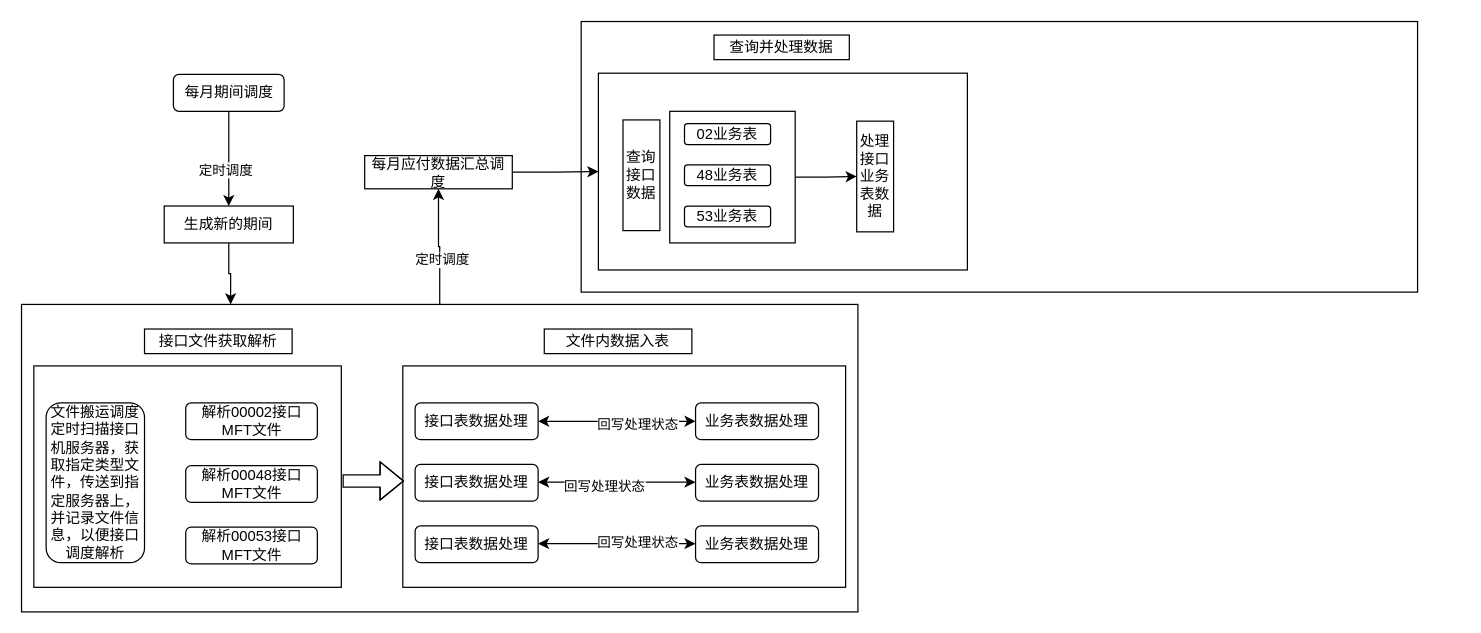
Alpha-chatbot/pic keeps this draw.io diagram as page "应付账务" (7 of 7) of Untitled Diagram.drawio. Above is the earlier version. Source tidied: cells renumbered, new cells numbered last; positions are measured from the earlier drawing's top-left corner, leaving out a move shared by most shapes. Both pictures are drawn from the tidied source at 123%, with x=0, y=0 at pixel (21, 21).
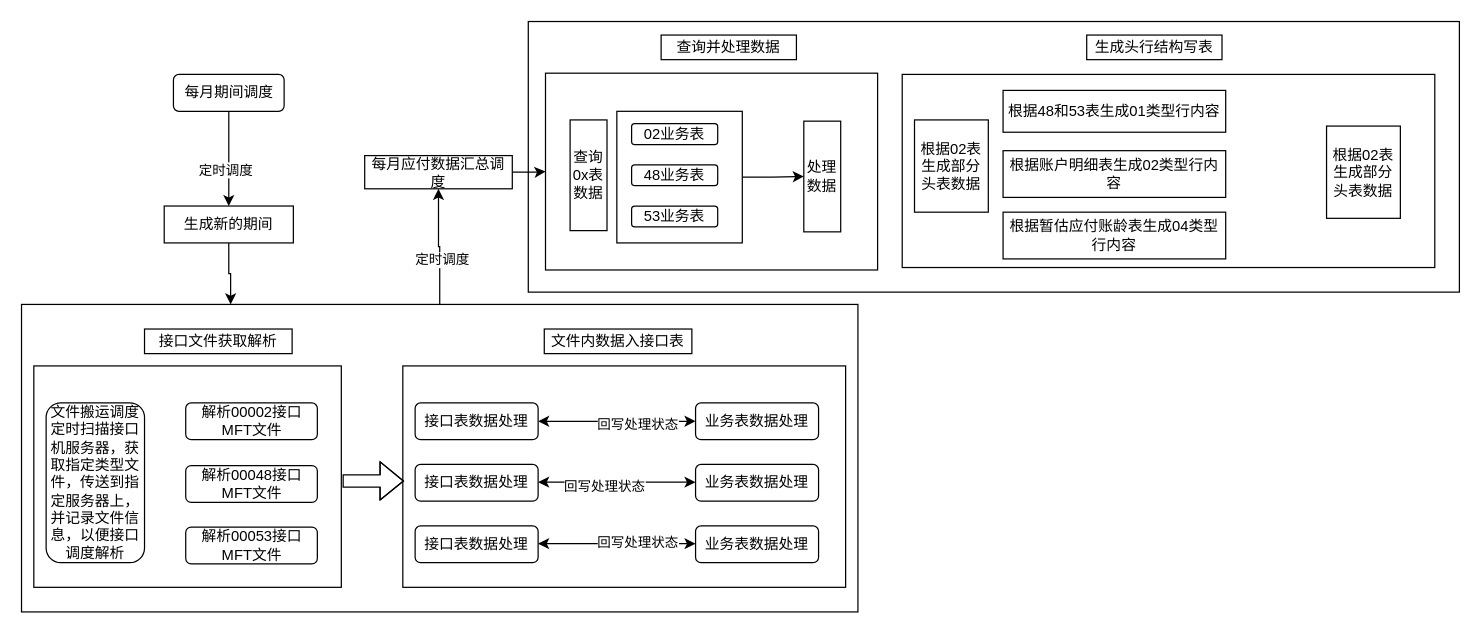
The same page after the edit.

Diff of the diagram source:
```diff
@@
     <mxCell id="2" style="rounded=0;whiteSpace=wrap;html=1;" parent="1" vertex="1">
-      <mxGeometry x="455" width="680" height="220" as="geometry" />
+      <mxGeometry x="412" width="757" height="220" as="geometry" />
     </mxCell>
@@
-    <mxCell id="15" value="文件内数据入表" style="rounded=0;whiteSpace=wrap;html=1;" parent="1" vertex="1">
+    <mxCell id="15" value="文件内数据入接口表" style="rounded=0;whiteSpace=wrap;html=1;" parent="1" vertex="1">
       <mxGeometry x="425" y="250" width="120" height="20" as="geometry" />
     </mxCell>
@@
     <mxCell id="34" style="rounded=0;whiteSpace=wrap;html=1;" parent="1" vertex="1">
-      <mxGeometry x="469" y="42" width="300" height="160" as="geometry" />
+      <mxGeometry x="426" y="42" width="270" height="160" as="geometry" />
     </mxCell>
-    <mxCell id="35" value="查询接口数据" style="rounded=0;whiteSpace=wrap;html=1;" parent="1" vertex="1">
-      <mxGeometry x="489" y="80" width="30" height="90" as="geometry" />
+    <mxCell id="35" value="查询0x表数据" style="rounded=0;whiteSpace=wrap;html=1;" parent="1" vertex="1">
+      <mxGeometry x="446" y="80" width="30" height="90" as="geometry" />
     </mxCell>
-    <mxCell id="36" value="处理接口业务表数据" style="rounded=0;whiteSpace=wrap;html=1;" parent="1" vertex="1">
-      <mxGeometry x="679" y="81" width="30" height="90" as="geometry" />
+    <mxCell id="36" value="处理数据" style="rounded=0;whiteSpace=wrap;html=1;" parent="1" vertex="1">
+      <mxGeometry x="636" y="81" width="30" height="90" as="geometry" />
     </mxCell>
@@
     <mxCell id="38" style="rounded=0;whiteSpace=wrap;html=1;" parent="1" vertex="1">
-      <mxGeometry x="527" y="73" width="102" height="107" as="geometry" />
+      <mxGeometry x="484" y="73" width="102" height="107" as="geometry" />
     </mxCell>
     <mxCell id="39" value="02业务表" style="rounded=1;whiteSpace=wrap;html=1;" parent="1" vertex="1">
-      <mxGeometry x="539" y="83" width="70" height="17" as="geometry" />
+      <mxGeometry x="496" y="83" width="70" height="17" as="geometry" />
     </mxCell>
     <mxCell id="40" value="48业务表" style="rounded=1;whiteSpace=wrap;html=1;" parent="1" vertex="1">
-      <mxGeometry x="539" y="116.5" width="70" height="17" as="geometry" />
+      <mxGeometry x="496" y="116.5" width="70" height="17" as="geometry" />
     </mxCell>
     <mxCell id="41" value="53业务表" style="rounded=1;whiteSpace=wrap;html=1;" parent="1" vertex="1">
-      <mxGeometry x="539" y="150" width="70" height="17" as="geometry" />
+      <mxGeometry x="496" y="150" width="70" height="17" as="geometry" />
     </mxCell>
     <mxCell id="42" value="查询并处理数据" style="rounded=0;whiteSpace=wrap;html=1;" parent="1" vertex="1">
-      <mxGeometry x="563" y="11" width="110" height="20" as="geometry" />
+      <mxGeometry x="520" y="11" width="110" height="20" as="geometry" />
     </mxCell>
+    <mxCell id="43" style="rounded=0;whiteSpace=wrap;html=1;" parent="1" vertex="1">
+      <mxGeometry x="716" y="43" width="433" height="157" as="geometry" />
+    </mxCell>
+    <mxCell id="44" value="根据02表生成部分头表数据" style="rounded=0;whiteSpace=wrap;html=1;" parent="1" vertex="1">
+      <mxGeometry x="726" y="80" width="60" height="75" as="geometry" />
+    </mxCell>
+    <mxCell id="45" value="生成头行结构写表" style="rounded=0;whiteSpace=wrap;html=1;" parent="1" vertex="1">
+      <mxGeometry x="866" y="11" width="110" height="20" as="geometry" />
+    </mxCell>
+    <mxCell id="46" value="根据48和53表生成01类型行内容" style="rounded=0;whiteSpace=wrap;html=1;" parent="1" vertex="1">
+      <mxGeometry x="798" y="56" width="181" height="34" as="geometry" />
+    </mxCell>
+    <mxCell id="47" value="根据02表生成部分头表数据" style="rounded=0;whiteSpace=wrap;html=1;" parent="1" vertex="1">
+      <mxGeometry x="1061" y="85" width="60" height="75" as="geometry" />
+    </mxCell>
+    <mxCell id="48" value="根据账户明细表生成02类型行内容" style="rounded=0;whiteSpace=wrap;html=1;" parent="1" vertex="1">
+      <mxGeometry x="798" y="105" width="181" height="38" as="geometry" />
+    </mxCell>
+    <mxCell id="49" value="根据暂估应付账龄表生成04类型行内容" style="rounded=0;whiteSpace=wrap;html=1;" parent="1" vertex="1">
+      <mxGeometry x="798" y="155" width="181" height="38" as="geometry" />
+    </mxCell>
```
